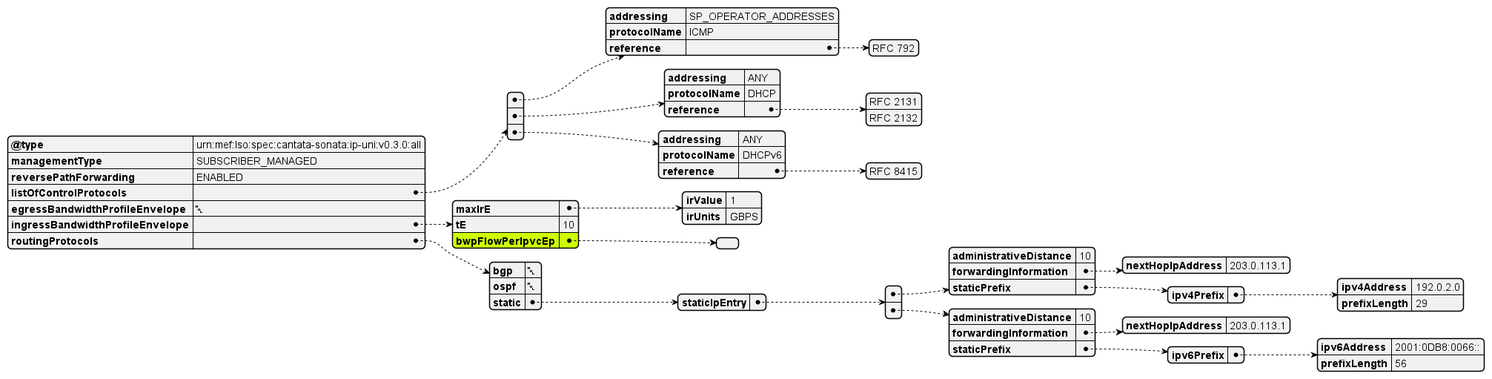
Before: documentation/productSchema/ip/internetAccess/MEF 139 resources/media/useCases/uc9OrderUNI.png, a diagram exported from PlantUML (MEF-GIT/MEF-LSO-Sonata-SDK).
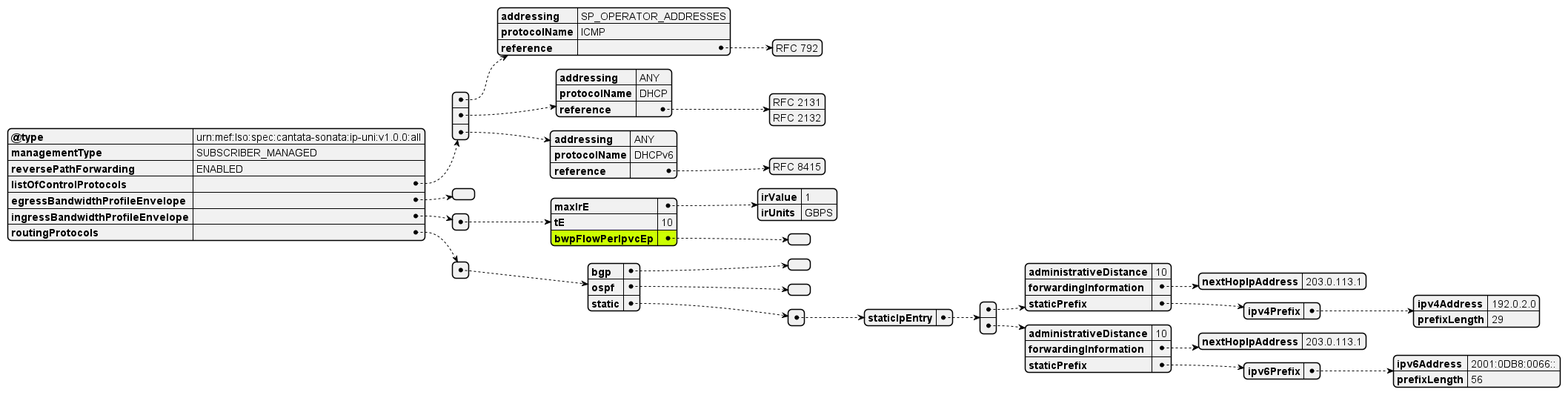
After the commit.

The edit, as a diff of the source:
```diff
@@ -1,9 +1,9 @@
 @startjson
 
 
-#highlight "ingressBandwidthProfileEnvelope" / "bwpFlowPerIpvcEp"
+#highlight "ingressBandwidthProfileEnvelope" /  "0" /"bwpFlowPerIpvcEp"
 {
-  "@type": "urn:mef:lso:spec:cantata-sonata:ip-uni:v0.3.0:all",
+  "@type": "urn:mef:lso:spec:cantata-sonata:ip-uni:v1.0.0:all",
   "managementType": "SUBSCRIBER_MANAGED",
   "reversePathForwarding": "ENABLED",
   "listOfControlProtocols": [
@@ -23,47 +23,53 @@
       "reference": ["RFC 8415"]
     }
   ],
-  "egressBandwidthProfileEnvelope": null,
-  "ingressBandwidthProfileEnvelope": {
-    "maxIrE": {
-      "irValue": 1,
-      "irUnits": "GBPS"
-    },
-    "tE": 10,
-    "bwpFlowPerIpvcEp": []
-  },
-  "routingProtocols": {
-    "bgp": null,
-    "ospf": null,
-    "static": {
-      "staticIpEntry": [
+  "egressBandwidthProfileEnvelope": [],
+  "ingressBandwidthProfileEnvelope": [
+    {
+      "maxIrE": {
+        "irValue": 1,
+        "irUnits": "GBPS"
+      },
+      "tE": 10,
+      "bwpFlowPerIpvcEp": []
+    }
+  ],
+  "routingProtocols": [
+    {
+      "bgp": [],
+      "ospf": [],
+      "static": [
         {
-          "administrativeDistance": 10,
-          "forwardingInformation": {
-            "nextHopIpAddress": "203.0.113.1"
-          },
-          "staticPrefix": {
-            "ipv4Prefix": {
-              "ipv4Address": "192.0.2.0",
-              "prefixLength": 29
+          "staticIpEntry": [
+            {
+              "administrativeDistance": 10,
+              "forwardingInformation": {
+                "nextHopIpAddress": "203.0.113.1"
+              },
+              "staticPrefix": {
+                "ipv4Prefix": {
+                  "ipv4Address": "192.0.2.0",
+                  "prefixLength": 29
+                }
+              }
+            },
+            {
+              "administrativeDistance": 10,
+              "forwardingInformation": {
+                "nextHopIpAddress": "203.0.113.1"
+              },
+              "staticPrefix": {
+                "ipv6Prefix": {
+                  "ipv6Address": "2001:0DB8:0066::",
+                  "prefixLength": 56
+                }
+              }
             }
-          }
-        },
-        {
-          "administrativeDistance": 10,
-          "forwardingInformation": {
-            "nextHopIpAddress": "203.0.113.1"
-          },
-          "staticPrefix": {
-            "ipv6Prefix": {
-              "ipv6Address": "2001:0DB8:0066::",
-              "prefixLength": 56
-            }
-          }
+          ]
         }
       ]
     }
-  }
+  ]
 }
 
 
```
